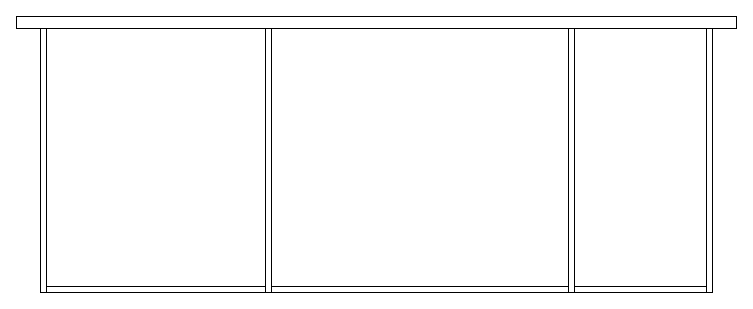
This is Library Catelog Program/Janacek Elevation/Savannah.drawio from ghthompson/Group-Project-for-Visual-Basic, a draw.io file, before an edit. Source tidied: cells renumbered, new cells numbered last; positions are measured from the earlier drawing's top-left corner, leaving out a move shared by most shapes. Both pictures are drawn from the tidied source at 100%, with x=0, y=0 at pixel (16, 16).
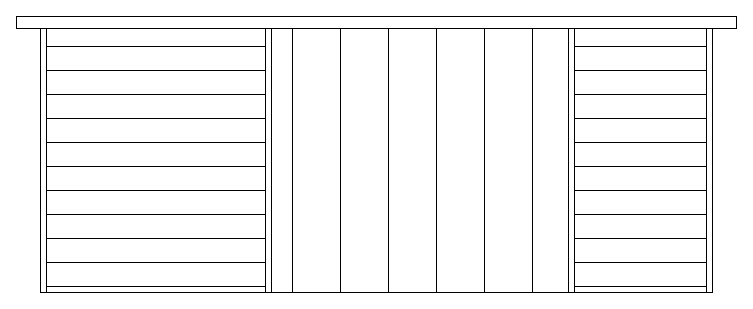
The same diagram, later.

Commit message (it also covers changes not shown here):
Update Janacek Elevation/Savannah.drawio

The edit, as a diff of the source:
```diff
@@
+    <mxCell id="9" style="rounded=0;whiteSpace=wrap;html=1;" parent="1" vertex="1">
+      <mxGeometry x="30" y="222" width="660" height="24" as="geometry" />
+    </mxCell>
@@
+    <mxCell id="10" style="rounded=0;whiteSpace=wrap;html=1;" parent="1" vertex="1">
+      <mxGeometry x="30" y="246" width="660" height="24" as="geometry" />
+    </mxCell>
+    <mxCell id="11" style="rounded=0;whiteSpace=wrap;html=1;" parent="1" vertex="1">
+      <mxGeometry x="30" y="198" width="660" height="24" as="geometry" />
+    </mxCell>
+    <mxCell id="12" style="rounded=0;whiteSpace=wrap;html=1;" parent="1" vertex="1">
+      <mxGeometry x="30" y="174" width="660" height="24" as="geometry" />
+    </mxCell>
+    <mxCell id="13" style="rounded=0;whiteSpace=wrap;html=1;" parent="1" vertex="1">
+      <mxGeometry x="30" y="150" width="660" height="24" as="geometry" />
+    </mxCell>
+    <mxCell id="14" style="rounded=0;whiteSpace=wrap;html=1;" parent="1" vertex="1">
+      <mxGeometry x="30" y="126" width="660" height="24" as="geometry" />
+    </mxCell>
+    <mxCell id="15" style="rounded=0;whiteSpace=wrap;html=1;" parent="1" vertex="1">
+      <mxGeometry x="30" y="102" width="660" height="24" as="geometry" />
+    </mxCell>
+    <mxCell id="16" style="rounded=0;whiteSpace=wrap;html=1;" parent="1" vertex="1">
+      <mxGeometry x="30" y="78" width="660" height="24" as="geometry" />
+    </mxCell>
+    <mxCell id="17" style="rounded=0;whiteSpace=wrap;html=1;" parent="1" vertex="1">
+      <mxGeometry x="30" y="54" width="660" height="24" as="geometry" />
+    </mxCell>
+    <mxCell id="18" style="rounded=0;whiteSpace=wrap;html=1;" parent="1" vertex="1">
+      <mxGeometry x="30" y="30" width="660" height="24" as="geometry" />
+    </mxCell>
@@
+    <mxCell id="19" style="rounded=0;whiteSpace=wrap;html=1;" parent="1" vertex="1">
+      <mxGeometry x="276" y="12" width="48" height="264" as="geometry" />
+    </mxCell>
+    <mxCell id="20" style="rounded=0;whiteSpace=wrap;html=1;" parent="1" vertex="1">
+      <mxGeometry x="324" y="12" width="48" height="264" as="geometry" />
+    </mxCell>
+    <mxCell id="21" style="rounded=0;whiteSpace=wrap;html=1;" parent="1" vertex="1">
+      <mxGeometry x="372" y="12" width="48" height="264" as="geometry" />
+    </mxCell>
+    <mxCell id="22" style="rounded=0;whiteSpace=wrap;html=1;" parent="1" vertex="1">
+      <mxGeometry x="420" y="12" width="48" height="264" as="geometry" />
+    </mxCell>
+    <mxCell id="23" style="rounded=0;whiteSpace=wrap;html=1;" parent="1" vertex="1">
+      <mxGeometry x="468" y="12" width="48" height="264" as="geometry" />
+    </mxCell>
+    <mxCell id="24" style="rounded=0;whiteSpace=wrap;html=1;" parent="1" vertex="1">
+      <mxGeometry x="516" y="12" width="36" height="264" as="geometry" />
+    </mxCell>
+    <mxCell id="25" style="rounded=0;whiteSpace=wrap;html=1;" parent="1" vertex="1">
+      <mxGeometry x="255" y="12" width="21" height="264" as="geometry" />
+    </mxCell>
```
